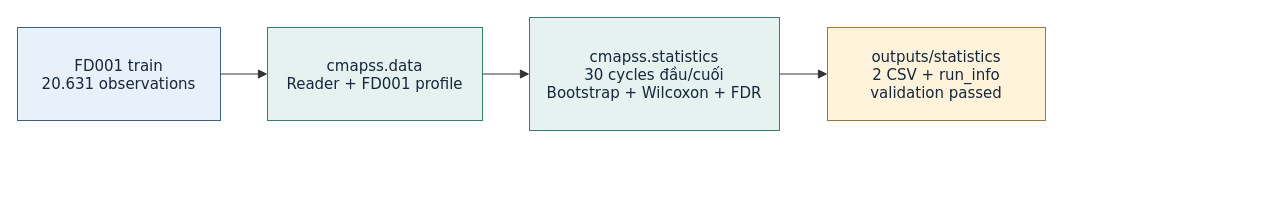
Before: assets/diagrams/fd001-statistics.drawio in ti014/tinasa-cmapss-rul-prediction, a draw.io diagram. Source tidied: cells renumbered, new cells numbered last; positions are measured from the earlier drawing's top-left corner, leaving out a move shared by most shapes. Both pictures are drawn from the tidied source at 100%, with x=0, y=0 at pixel (17, 17).
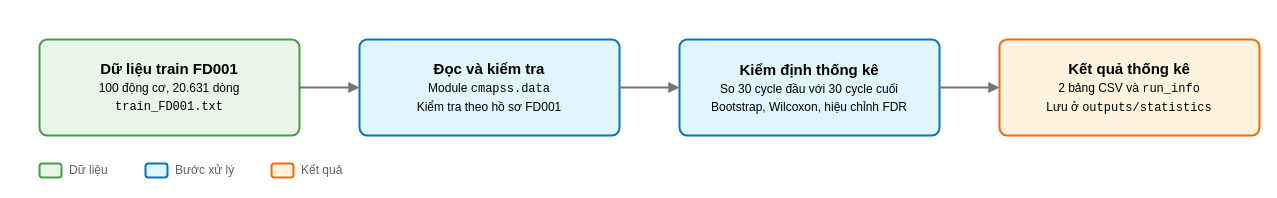
Above is the later version.

What changed in the source:
```diff
@@
 <mxGraphModel>
   <root>
     <mxCell id="0" />
     <mxCell id="1" parent="0" />
-    <mxCell id="2" value="FD001 train&#10;20.631 observations" style="html=1;whiteSpace=wrap;strokeWidth=1;fillColor=#e8f0fa;strokeColor=#386088;fontColor=#15283c;fontFamily=Trebuchet MS,Verdana,Arial,sans-serif;fontSize=15;" parent="1" vertex="1">
-      <mxGeometry y="10" width="203" height="93" as="geometry" />
-    </mxCell>
-    <mxCell id="3" value="cmapss.data&#10;Reader + FD001 profile" style="html=1;whiteSpace=wrap;strokeWidth=1;fillColor=#e5f2ef;strokeColor=#368071;fontColor=#15283c;fontFamily=Trebuchet MS,Verdana,Arial,sans-serif;fontSize=15;" parent="1" vertex="1">
-      <mxGeometry x="250" y="10" width="215" height="93" as="geometry" />
-    </mxCell>
-    <mxCell id="4" value="cmapss.statistics&#10;30 cycles đầu/cuối&#10;Bootstrap + Wilcoxon + FDR" style="html=1;whiteSpace=wrap;strokeWidth=1;fillColor=#e5f2ef;strokeColor=#368071;fontColor=#15283c;fontFamily=Trebuchet MS,Verdana,Arial,sans-serif;fontSize=15;" parent="1" vertex="1">
-      <mxGeometry x="512" width="250" height="113" as="geometry" />
-    </mxCell>
-    <mxCell id="5" value="outputs/statistics&#10;2 CSV + run_info&#10;validation passed" style="html=1;whiteSpace=wrap;strokeWidth=1;fillColor=#fff2db;strokeColor=#a67529;fontColor=#15283c;fontFamily=Trebuchet MS,Verdana,Arial,sans-serif;fontSize=15;" parent="1" vertex="1">
-      <mxGeometry x="810" y="10" width="218" height="93" as="geometry" />
-    </mxCell>
-    <mxCell id="6" style="curved=1;startArrow=none;endArrow=block;endSize=7;strokeColor=#333333;exitX=1;exitY=0.5;entryX=0;entryY=0.5;" parent="1" edge="1" source="2" target="3">
-      <mxGeometry relative="1" as="geometry" />
-    </mxCell>
-    <mxCell id="7" style="curved=1;startArrow=none;endArrow=block;endSize=7;strokeColor=#333333;exitX=1;exitY=0.5;entryX=0;entryY=0.5;" parent="1" edge="1" source="3" target="4">
-      <mxGeometry relative="1" as="geometry" />
-    </mxCell>
-    <mxCell id="8" style="curved=1;startArrow=none;endArrow=block;endSize=7;strokeColor=#333333;exitX=1;exitY=0.5;entryX=0;entryY=0.5;" parent="1" edge="1" source="4" target="5">
-      <mxGeometry relative="1" as="geometry" />
-    </mxCell>
+    <mxCell id="9" value="&lt;b&gt;Dữ liệu train FD001&lt;/b&gt;&lt;br&gt;&lt;font style=&quot;font-size:12px&quot;&gt;100 động cơ, 20.631 dòng&lt;br&gt;&lt;font face=&quot;Courier New&quot;&gt;train_FD001.txt&lt;/font&gt;&lt;/font&gt;" style="rounded=1;arcSize=8;whiteSpace=wrap;html=1;strokeWidth=2;fontSize=15;align=center;verticalAlign=middle;fontFamily=Arial;fillColor=#E8F5E9;strokeColor=#43A047;" parent="1" vertex="1">
+      <mxGeometry x="22" y="22" width="260" height="96" as="geometry" />
+    </mxCell>
+    <mxCell id="10" value="&lt;b&gt;Đọc và kiểm tra&lt;/b&gt;&lt;br&gt;&lt;font style=&quot;font-size:12px&quot;&gt;Module &lt;font face=&quot;Courier New&quot;&gt;cmapss.data&lt;/font&gt;&lt;br&gt;Kiểm tra theo hồ sơ FD001&lt;/font&gt;" style="rounded=1;arcSize=8;whiteSpace=wrap;html=1;strokeWidth=2;fontSize=15;align=center;verticalAlign=middle;fontFamily=Arial;fillColor=#E1F5FE;strokeColor=#0277BD;" parent="1" vertex="1">
+      <mxGeometry x="342" y="22" width="260" height="96" as="geometry" />
+    </mxCell>
+    <mxCell id="11" style="edgeStyle=orthogonalEdgeStyle;rounded=0;html=1;endArrow=block;endFill=1;strokeWidth=2;strokeColor=#757575;fontFamily=Arial;" parent="1" edge="1" source="9" target="10">
+      <mxGeometry relative="1" as="geometry" />
+    </mxCell>
+    <mxCell id="12" value="&lt;b&gt;Kiểm định thống kê&lt;/b&gt;&lt;br&gt;&lt;font style=&quot;font-size:12px&quot;&gt;So 30 cycle đầu với 30 cycle cuối&lt;br&gt;Bootstrap, Wilcoxon, hiệu chỉnh FDR&lt;/font&gt;" style="rounded=1;arcSize=8;whiteSpace=wrap;html=1;strokeWidth=2;fontSize=15;align=center;verticalAlign=middle;fontFamily=Arial;fillColor=#E1F5FE;strokeColor=#0277BD;" parent="1" vertex="1">
+      <mxGeometry x="662" y="22" width="260" height="96" as="geometry" />
+    </mxCell>
+    <mxCell id="13" style="edgeStyle=orthogonalEdgeStyle;rounded=0;html=1;endArrow=block;endFill=1;strokeWidth=2;strokeColor=#757575;fontFamily=Arial;" parent="1" edge="1" source="10" target="12">
+      <mxGeometry relative="1" as="geometry" />
+    </mxCell>
+    <mxCell id="14" value="&lt;b&gt;Kết quả thống kê&lt;/b&gt;&lt;br&gt;&lt;font style=&quot;font-size:12px&quot;&gt;2 bảng CSV và &lt;font face=&quot;Courier New&quot;&gt;run_info&lt;/font&gt;&lt;br&gt;Lưu ở &lt;font face=&quot;Courier New&quot;&gt;outputs/statistics&lt;/font&gt;&lt;/font&gt;" style="rounded=1;arcSize=8;whiteSpace=wrap;html=1;strokeWidth=2;fontSize=15;align=center;verticalAlign=middle;fontFamily=Arial;fillColor=#FFF3E0;strokeColor=#EF6C00;" parent="1" vertex="1">
+      <mxGeometry x="982" y="22" width="260" height="96" as="geometry" />
+    </mxCell>
+    <mxCell id="15" style="edgeStyle=orthogonalEdgeStyle;rounded=0;html=1;endArrow=block;endFill=1;strokeWidth=2;strokeColor=#757575;fontFamily=Arial;" parent="1" edge="1" source="12" target="14">
+      <mxGeometry relative="1" as="geometry" />
+    </mxCell>
+    <mxCell id="16" style="rounded=1;arcSize=20;html=1;strokeWidth=2;fillColor=#E8F5E9;strokeColor=#43A047;" parent="1" vertex="1">
+      <mxGeometry x="22" y="146" width="22" height="14" as="geometry" />
+    </mxCell>
+    <mxCell id="17" value="Dữ liệu" style="text;html=1;strokeColor=none;fillColor=none;verticalAlign=middle;fontSize=12;fontColor=#616161;fontFamily=Arial;align=left;" parent="1" vertex="1">
+      <mxGeometry x="50" y="142" width="60" height="22" as="geometry" />
+    </mxCell>
+    <mxCell id="18" style="rounded=1;arcSize=20;html=1;strokeWidth=2;fillColor=#E1F5FE;strokeColor=#0277BD;" parent="1" vertex="1">
+      <mxGeometry x="128" y="146" width="22" height="14" as="geometry" />
+    </mxCell>
+    <mxCell id="19" value="Bước xử lý" style="text;html=1;strokeColor=none;fillColor=none;verticalAlign=middle;fontSize=12;fontColor=#616161;fontFamily=Arial;align=left;" parent="1" vertex="1">
+      <mxGeometry x="156" y="142" width="80" height="22" as="geometry" />
+    </mxCell>
+    <mxCell id="20" style="rounded=1;arcSize=20;html=1;strokeWidth=2;fillColor=#FFF3E0;strokeColor=#EF6C00;" parent="1" vertex="1">
+      <mxGeometry x="254" y="146" width="22" height="14" as="geometry" />
+    </mxCell>
+    <mxCell id="21" value="Kết quả" style="text;html=1;strokeColor=none;fillColor=none;verticalAlign=middle;fontSize=12;fontColor=#616161;fontFamily=Arial;align=left;" parent="1" vertex="1">
+      <mxGeometry x="282" y="142" width="60" height="22" as="geometry" />
+    </mxCell>
   </root>
 </mxGraphModel>
```
